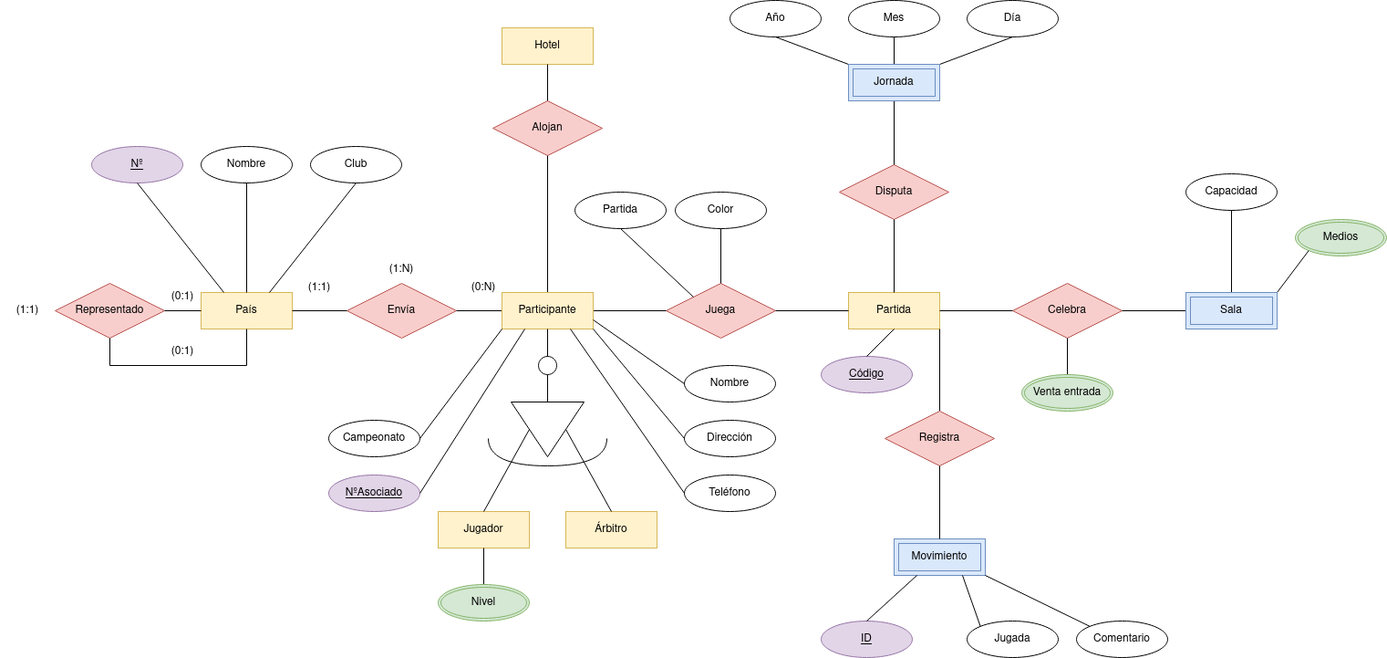
samugd17/base-datos-bae- keeps this draw.io diagram as TAREAS/Tareas clase/E-R/E-R Campeonato del mundo ajedrez.drawio.png. Above is the earlier version. Source tidied: cells renumbered, new cells last; positions are measured from the earlier drawing's top-left corner, leaving out a move shared by most shapes.
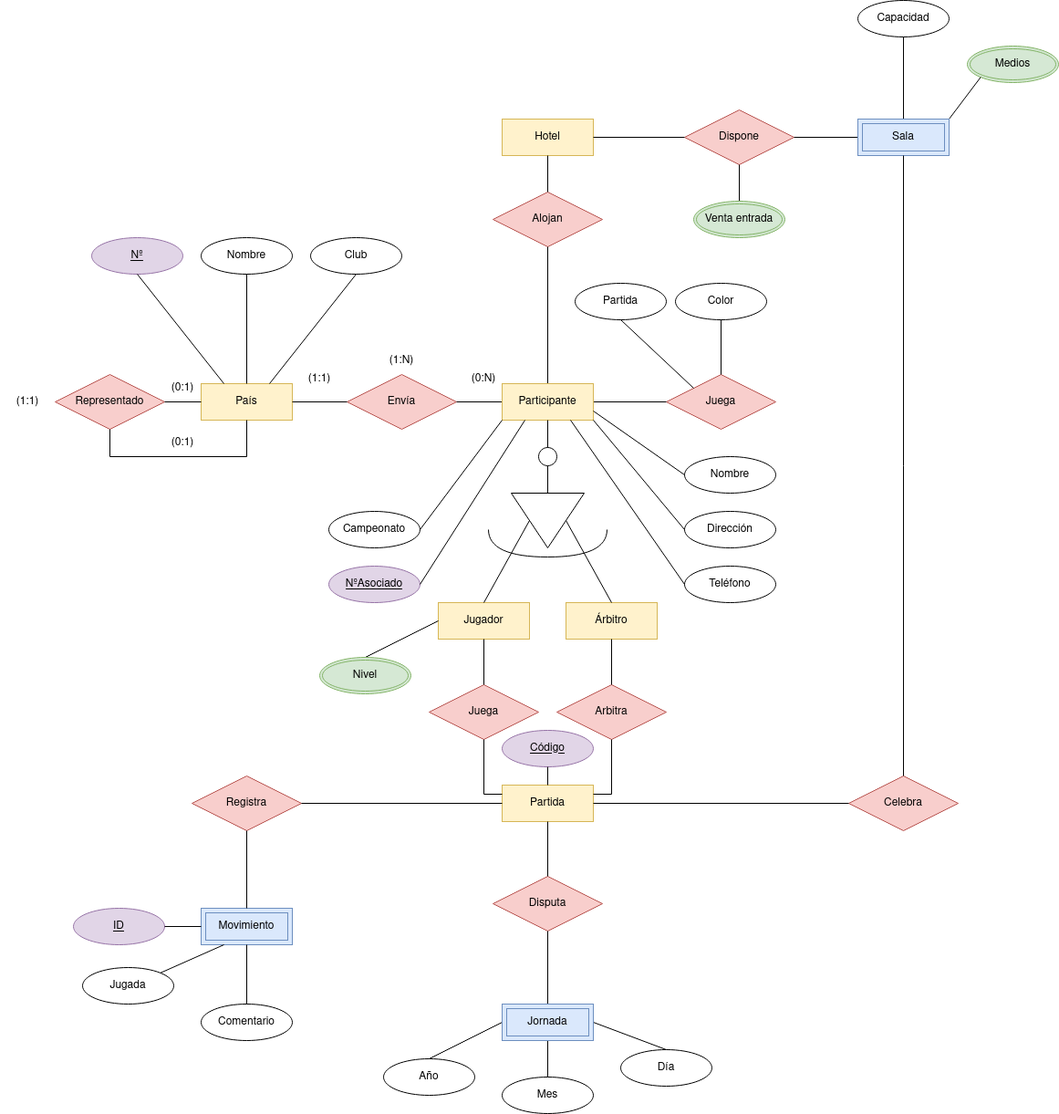
After the change.

The edit, as a diff of the source:
```diff
@@ -12,7 +12,7 @@
       <mxGeometry x="220" y="320" width="100" height="40" as="geometry" />
     </mxCell>
     <mxCell id="5" value="Partida" style="whiteSpace=wrap;html=1;align=center;fillColor=#fff2cc;strokeColor=#d6b656;" parent="1" vertex="1">
-      <mxGeometry x="930" y="320" width="100" height="40" as="geometry" />
+      <mxGeometry x="550" y="760" width="100" height="40" as="geometry" />
     </mxCell>
     <mxCell id="6" value="Hotel" style="whiteSpace=wrap;html=1;align=center;fillColor=#fff2cc;strokeColor=#d6b656;" parent="1" vertex="1">
       <mxGeometry x="550" y="30" width="100" height="40" as="geometry" />
@@ -37,11 +37,11 @@
     <mxCell id="11" value="Alojan" style="shape=rhombus;perimeter=rhombusPerimeter;whiteSpace=wrap;html=1;align=center;fillColor=#f8cecc;strokeColor=#b85450;" parent="1" vertex="1">
       <mxGeometry x="540" y="110" width="120" height="60" as="geometry" />
     </mxCell>
-    <mxCell id="12" value="Celebra" style="shape=rhombus;perimeter=rhombusPerimeter;whiteSpace=wrap;html=1;align=center;fillColor=#f8cecc;strokeColor=#b85450;" parent="1" vertex="1">
-      <mxGeometry x="1110" y="310" width="120" height="60" as="geometry" />
+    <mxCell id="12" value="Dispone" style="shape=rhombus;perimeter=rhombusPerimeter;whiteSpace=wrap;html=1;align=center;fillColor=#f8cecc;strokeColor=#b85450;" parent="1" vertex="1">
+      <mxGeometry x="750" y="20" width="120" height="60" as="geometry" />
     </mxCell>
     <mxCell id="13" value="Disputa" style="shape=rhombus;perimeter=rhombusPerimeter;whiteSpace=wrap;html=1;align=center;fillColor=#f8cecc;strokeColor=#b85450;" parent="1" vertex="1">
-      <mxGeometry x="920" y="180" width="120" height="60" as="geometry" />
+      <mxGeometry x="540" y="860" width="120" height="60" as="geometry" />
     </mxCell>
     <mxCell id="14" value="Juega" style="shape=rhombus;perimeter=rhombusPerimeter;whiteSpace=wrap;html=1;align=center;fillColor=#f8cecc;strokeColor=#b85450;" parent="1" vertex="1">
       <mxGeometry x="730" y="310" width="120" height="60" as="geometry" />
@@ -64,22 +64,15 @@
     <mxCell id="20" style="endArrow=none;html=1;rounded=0;exitX=0;exitY=0.5;exitDx=0;exitDy=0;entryX=1;entryY=0.5;entryDx=0;entryDy=0;" parent="1" edge="1" source="14" target="28">
       <mxGeometry relative="1" as="geometry" />
     </mxCell>
-    <mxCell id="21" style="endArrow=none;html=1;rounded=0;entryX=1;entryY=0.5;entryDx=0;entryDy=0;exitX=0;exitY=0.5;exitDx=0;exitDy=0;" parent="1" edge="1" source="5" target="14">
-      <mxGeometry relative="1" as="geometry" />
-    </mxCell>
-    <mxCell id="22" style="endArrow=none;html=1;rounded=0;entryX=0.5;entryY=0;entryDx=0;entryDy=0;exitX=0.5;exitY=1;exitDx=0;exitDy=0;" parent="1" edge="1" source="13" target="5">
-      <mxGeometry relative="1" as="geometry" />
-    </mxCell>
     <mxCell id="23" style="endArrow=none;html=1;rounded=0;entryX=0;entryY=0.5;entryDx=0;entryDy=0;exitX=1;exitY=0.5;exitDx=0;exitDy=0;" parent="1" edge="1" source="4" target="7">
       <mxGeometry relative="1" as="geometry" />
     </mxCell>
-    <mxCell id="24" style="endArrow=none;html=1;rounded=0;entryX=1;entryY=0.5;entryDx=0;entryDy=0;exitX=0;exitY=0.5;exitDx=0;exitDy=0;" parent="1" edge="1" source="12" target="5">
-      <mxGeometry relative="1" as="geometry" />
-    </mxCell>
-    <mxCell id="25" style="endArrow=none;html=1;rounded=0;exitX=1;exitY=0.5;exitDx=0;exitDy=0;entryX=0;entryY=0.5;entryDx=0;entryDy=0;" parent="1" edge="1" source="12" target="75">
-      <mxGeometry relative="1" as="geometry" />
+    <mxCell id="25" style="endArrow=none;html=1;rounded=0;exitX=1;exitY=0.5;exitDx=0;exitDy=0;entryX=0;entryY=0.5;entryDx=0;entryDy=0;" parent="1" edge="1" source="12">
+      <mxGeometry relative="1" as="geometry">
+        <mxPoint x="940" y="50" as="targetPoint" />
+      </mxGeometry>
     </mxCell>
-    <mxCell id="26" style="endArrow=none;html=1;rounded=0;entryX=0.5;entryY=0;entryDx=0;entryDy=0;exitX=0.5;exitY=1;exitDx=0;exitDy=0;" parent="1" edge="1" source="86" target="13">
+    <mxCell id="26" style="endArrow=none;html=1;rounded=0;entryX=0.5;entryY=1;entryDx=0;entryDy=0;exitX=0.5;exitY=0;exitDx=0;exitDy=0;" parent="1" edge="1" source="86" target="13">
       <mxGeometry relative="1" as="geometry" />
     </mxCell>
     <mxCell id="27" style="shape=requiredInterface;html=1;verticalLabelPosition=bottom;sketch=0;rotation=90;" parent="1" vertex="1">
@@ -112,7 +105,7 @@
     <mxCell id="36" value="NºAsociado" style="ellipse;whiteSpace=wrap;html=1;align=center;fontStyle=4;fillColor=#e1d5e7;strokeColor=#9673a6;" parent="1" vertex="1">
       <mxGeometry x="360" y="520" width="100" height="40" as="geometry" />
     </mxCell>
-    <mxCell id="37" style="endArrow=none;html=1;rounded=0;entryX=0.5;entryY=1;entryDx=0;entryDy=0;exitX=0.5;exitY=0;exitDx=0;exitDy=0;" parent="1" edge="1" source="58" target="2">
+    <mxCell id="37" style="endArrow=none;html=1;rounded=0;entryX=0;entryY=0.5;entryDx=0;entryDy=0;exitX=0.5;exitY=0;exitDx=0;exitDy=0;" parent="1" edge="1" source="58" target="2">
       <mxGeometry relative="1" as="geometry" />
     </mxCell>
     <mxCell id="38" style="endArrow=none;html=1;rounded=0;entryX=1;entryY=0.5;entryDx=0;entryDy=0;exitX=0.25;exitY=1;exitDx=0;exitDy=0;" parent="1" edge="1" source="28" target="36">
@@ -149,9 +142,9 @@
       <mxGeometry relative="1" as="geometry" />
     </mxCell>
     <mxCell id="49" value="Código" style="ellipse;whiteSpace=wrap;html=1;align=center;fontStyle=4;fillColor=#e1d5e7;strokeColor=#9673a6;" parent="1" vertex="1">
-      <mxGeometry x="900" y="390" width="100" height="40" as="geometry" />
+      <mxGeometry x="550" y="700" width="100" height="40" as="geometry" />
     </mxCell>
-    <mxCell id="50" style="endArrow=none;html=1;rounded=0;exitX=0.5;exitY=0;exitDx=0;exitDy=0;entryX=0.5;entryY=1;entryDx=0;entryDy=0;" parent="1" edge="1" source="49" target="5">
+    <mxCell id="50" style="endArrow=none;html=1;rounded=0;entryX=0.5;entryY=0;entryDx=0;entryDy=0;exitX=0.5;exitY=1;exitDx=0;exitDy=0;" parent="1" edge="1" source="49" target="5">
       <mxGeometry relative="1" as="geometry" />
     </mxCell>
     <mxCell id="51" value="Color" style="ellipse;whiteSpace=wrap;html=1;align=center;" parent="1" vertex="1">
@@ -167,28 +160,28 @@
       <mxGeometry relative="1" as="geometry" />
     </mxCell>
     <mxCell id="55" value="Año" style="ellipse;whiteSpace=wrap;html=1;align=center;" parent="1" vertex="1">
-      <mxGeometry x="800" width="100" height="40" as="geometry" />
+      <mxGeometry x="420" y="1060" width="100" height="40" as="geometry" />
     </mxCell>
     <mxCell id="56" value="Mes" style="ellipse;whiteSpace=wrap;html=1;align=center;" parent="1" vertex="1">
-      <mxGeometry x="930" width="100" height="40" as="geometry" />
+      <mxGeometry x="550" y="1080" width="100" height="40" as="geometry" />
     </mxCell>
     <mxCell id="57" value="Día" style="ellipse;whiteSpace=wrap;html=1;align=center;" parent="1" vertex="1">
-      <mxGeometry x="1060" width="100" height="40" as="geometry" />
+      <mxGeometry x="680" y="1050" width="100" height="40" as="geometry" />
     </mxCell>
     <mxCell id="58" value="Nivel" style="ellipse;shape=doubleEllipse;margin=3;whiteSpace=wrap;html=1;align=center;fillColor=#d5e8d4;strokeColor=#82b366;" parent="1" vertex="1">
-      <mxGeometry x="480" y="640" width="100" height="40" as="geometry" />
+      <mxGeometry x="350" y="620" width="100" height="40" as="geometry" />
     </mxCell>
     <mxCell id="59" style="endArrow=none;html=1;rounded=0;entryX=0.5;entryY=1;entryDx=0;entryDy=0;exitX=0.5;exitY=0;exitDx=0;exitDy=0;" parent="1" edge="1" source="60" target="12">
       <mxGeometry relative="1" as="geometry" />
     </mxCell>
     <mxCell id="60" value="Venta entrada" style="ellipse;shape=doubleEllipse;margin=3;whiteSpace=wrap;html=1;align=center;fillColor=#d5e8d4;strokeColor=#82b366;" parent="1" vertex="1">
-      <mxGeometry x="1120" y="410" width="100" height="40" as="geometry" />
+      <mxGeometry x="760" y="120" width="100" height="40" as="geometry" />
     </mxCell>
     <mxCell id="61" value="Medios" style="ellipse;shape=doubleEllipse;margin=3;whiteSpace=wrap;html=1;align=center;fillColor=#d5e8d4;strokeColor=#82b366;" parent="1" vertex="1">
-      <mxGeometry x="1420" y="240" width="100" height="40" as="geometry" />
+      <mxGeometry x="1060" y="-50" width="100" height="40" as="geometry" />
     </mxCell>
     <mxCell id="62" value="Capacidad" style="ellipse;whiteSpace=wrap;html=1;align=center;" parent="1" vertex="1">
-      <mxGeometry x="1300" y="190" width="100" height="40" as="geometry" />
+      <mxGeometry x="940" y="-100" width="100" height="40" as="geometry" />
     </mxCell>
     <mxCell id="63" style="endArrow=none;html=1;rounded=0;entryX=0.5;entryY=1;entryDx=0;entryDy=0;exitX=0.5;exitY=0;exitDx=0;exitDy=0;" parent="1" edge="1" source="75" target="62">
       <mxGeometry relative="1" as="geometry" />
@@ -196,38 +189,35 @@
     <mxCell id="64" style="endArrow=none;html=1;rounded=0;entryX=0;entryY=1;entryDx=0;entryDy=0;exitX=1;exitY=0;exitDx=0;exitDy=0;" parent="1" edge="1" source="75" target="61">
       <mxGeometry relative="1" as="geometry" />
     </mxCell>
-    <mxCell id="65" style="endArrow=none;html=1;rounded=0;exitX=0.5;exitY=0;exitDx=0;exitDy=0;entryX=1;entryY=1;entryDx=0;entryDy=0;" parent="1" edge="1" source="66" target="5">
-      <mxGeometry relative="1" as="geometry" />
-    </mxCell>
     <mxCell id="66" value="Registra" style="shape=rhombus;perimeter=rhombusPerimeter;whiteSpace=wrap;html=1;align=center;fillColor=#f8cecc;strokeColor=#b85450;" parent="1" vertex="1">
-      <mxGeometry x="970" y="450" width="120" height="60" as="geometry" />
+      <mxGeometry x="210" y="750" width="120" height="60" as="geometry" />
     </mxCell>
     <mxCell id="67" value="Movimiento" style="shape=ext;margin=3;double=1;whiteSpace=wrap;html=1;align=center;fillColor=#dae8fc;strokeColor=#6c8ebf;" parent="1" vertex="1">
-      <mxGeometry x="980" y="590" width="100" height="40" as="geometry" />
+      <mxGeometry x="220" y="895" width="100" height="40" as="geometry" />
     </mxCell>
     <mxCell id="68" style="endArrow=none;html=1;rounded=0;exitX=0.5;exitY=0;exitDx=0;exitDy=0;entryX=0.5;entryY=1;entryDx=0;entryDy=0;" parent="1" edge="1" source="67" target="66">
       <mxGeometry relative="1" as="geometry" />
     </mxCell>
     <mxCell id="69" value="ID" style="ellipse;whiteSpace=wrap;html=1;align=center;fontStyle=4;fillColor=#e1d5e7;strokeColor=#9673a6;" parent="1" vertex="1">
-      <mxGeometry x="900" y="680" width="100" height="40" as="geometry" />
+      <mxGeometry x="80" y="895" width="100" height="40" as="geometry" />
     </mxCell>
-    <mxCell id="70" style="endArrow=none;html=1;rounded=0;entryX=0.5;entryY=0;entryDx=0;entryDy=0;exitX=0.25;exitY=1;exitDx=0;exitDy=0;" parent="1" edge="1" source="67" target="69">
+    <mxCell id="70" style="endArrow=none;html=1;rounded=0;entryX=1;entryY=0.5;entryDx=0;entryDy=0;exitX=0;exitY=0.5;exitDx=0;exitDy=0;" parent="1" edge="1" source="67" target="69">
       <mxGeometry relative="1" as="geometry" />
     </mxCell>
     <mxCell id="71" value="Jugada" style="ellipse;whiteSpace=wrap;html=1;align=center;" parent="1" vertex="1">
-      <mxGeometry x="1060" y="680" width="100" height="40" as="geometry" />
+      <mxGeometry x="90" y="960" width="100" height="40" as="geometry" />
     </mxCell>
     <mxCell id="72" value="Comentario" style="ellipse;whiteSpace=wrap;html=1;align=center;" parent="1" vertex="1">
-      <mxGeometry x="1180" y="680" width="100" height="40" as="geometry" />
+      <mxGeometry x="220" y="1000" width="100" height="40" as="geometry" />
     </mxCell>
-    <mxCell id="73" style="endArrow=none;html=1;rounded=0;entryX=0;entryY=0;entryDx=0;entryDy=0;exitX=0.75;exitY=1;exitDx=0;exitDy=0;" parent="1" edge="1" source="67" target="71">
+    <mxCell id="73" style="endArrow=none;html=1;rounded=0;entryX=1;entryY=0;entryDx=0;entryDy=0;exitX=0.25;exitY=1;exitDx=0;exitDy=0;" parent="1" edge="1" source="67" target="71">
       <mxGeometry relative="1" as="geometry" />
     </mxCell>
-    <mxCell id="74" style="endArrow=none;html=1;rounded=0;entryX=0;entryY=0;entryDx=0;entryDy=0;exitX=1;exitY=1;exitDx=0;exitDy=0;" parent="1" edge="1" source="67" target="72">
+    <mxCell id="74" style="endArrow=none;html=1;rounded=0;entryX=0.5;entryY=0;entryDx=0;entryDy=0;exitX=0.5;exitY=1;exitDx=0;exitDy=0;" parent="1" edge="1" source="67" target="72">
       <mxGeometry relative="1" as="geometry" />
     </mxCell>
     <mxCell id="75" value="Sala" style="shape=ext;margin=3;double=1;whiteSpace=wrap;html=1;align=center;fillColor=#dae8fc;strokeColor=#6c8ebf;" parent="1" vertex="1">
-      <mxGeometry x="1300" y="320" width="100" height="40" as="geometry" />
+      <mxGeometry x="940" y="30" width="100" height="40" as="geometry" />
     </mxCell>
     <mxCell id="76" style="endArrow=none;html=1;rounded=0;exitX=1;exitY=0.5;exitDx=0;exitDy=0;entryX=0;entryY=0.5;entryDx=0;entryDy=0;" parent="1" edge="1" source="9" target="4">
       <mxGeometry relative="1" as="geometry" />
@@ -250,17 +240,61 @@
     <mxCell id="82" value="(1:1)" style="text;html=1;strokeColor=none;fillColor=none;align=center;verticalAlign=middle;whiteSpace=wrap;rounded=0;" parent="1" vertex="1">
       <mxGeometry y="325" width="60" height="30" as="geometry" />
     </mxCell>
-    <mxCell id="83" style="endArrow=none;html=1;rounded=0;entryX=0;entryY=0;entryDx=0;entryDy=0;exitX=0.5;exitY=1;exitDx=0;exitDy=0;" parent="1" edge="1" source="55" target="86">
+    <mxCell id="83" style="endArrow=none;html=1;rounded=0;entryX=0;entryY=0.5;entryDx=0;entryDy=0;exitX=0.5;exitY=0;exitDx=0;exitDy=0;" parent="1" edge="1" source="55" target="86">
       <mxGeometry relative="1" as="geometry" />
     </mxCell>
-    <mxCell id="84" style="endArrow=none;html=1;rounded=0;entryX=0.5;entryY=0;entryDx=0;entryDy=0;exitX=0.5;exitY=1;exitDx=0;exitDy=0;" parent="1" edge="1" source="56" target="86">
+    <mxCell id="84" style="endArrow=none;html=1;rounded=0;entryX=0.5;entryY=0;entryDx=0;entryDy=0;exitX=0.5;exitY=0;exitDx=0;exitDy=0;" parent="1" edge="1" source="56" target="86">
       <mxGeometry relative="1" as="geometry" />
     </mxCell>
-    <mxCell id="85" style="endArrow=none;html=1;rounded=0;entryX=1;entryY=0;entryDx=0;entryDy=0;exitX=0.5;exitY=1;exitDx=0;exitDy=0;" parent="1" edge="1" source="57" target="86">
+    <mxCell id="85" style="endArrow=none;html=1;rounded=0;entryX=1;entryY=0.5;entryDx=0;entryDy=0;exitX=0.5;exitY=0;exitDx=0;exitDy=0;" parent="1" edge="1" source="57" target="86">
       <mxGeometry relative="1" as="geometry" />
     </mxCell>
     <mxCell id="86" value="Jornada" style="shape=ext;margin=3;double=1;whiteSpace=wrap;html=1;align=center;fillColor=#dae8fc;strokeColor=#6c8ebf;" parent="1" vertex="1">
-      <mxGeometry x="930" y="70" width="100" height="40" as="geometry" />
+      <mxGeometry x="550" y="1000" width="100" height="40" as="geometry" />
     </mxCell>
+    <mxCell id="87" value="Juega" style="shape=rhombus;perimeter=rhombusPerimeter;whiteSpace=wrap;html=1;align=center;fillColor=#f8cecc;strokeColor=#b85450;" parent="1" vertex="1">
+      <mxGeometry x="470" y="650" width="120" height="60" as="geometry" />
+    </mxCell>
+    <mxCell id="88" value="Arbitra" style="shape=rhombus;perimeter=rhombusPerimeter;whiteSpace=wrap;html=1;align=center;fillColor=#f8cecc;strokeColor=#b85450;" parent="1" vertex="1">
+      <mxGeometry x="610" y="650" width="120" height="60" as="geometry" />
+    </mxCell>
+    <mxCell id="89" style="endArrow=none;html=1;rounded=0;exitX=0.5;exitY=0;exitDx=0;exitDy=0;entryX=0.5;entryY=1;entryDx=0;entryDy=0;" parent="1" edge="1" source="88" target="3">
+      <mxGeometry relative="1" as="geometry" />
+    </mxCell>
+    <mxCell id="90" style="endArrow=none;html=1;rounded=0;exitX=0.5;exitY=0;exitDx=0;exitDy=0;entryX=0.5;entryY=1;entryDx=0;entryDy=0;" parent="1" edge="1" source="87" target="2">
+      <mxGeometry relative="1" as="geometry" />
+    </mxCell>
+    <mxCell id="91" style="endArrow=none;html=1;rounded=0;entryX=0.5;entryY=1;entryDx=0;entryDy=0;exitX=1;exitY=0.25;exitDx=0;exitDy=0;" parent="1" edge="1" source="5" target="88">
+      <mxGeometry relative="1" as="geometry">
+        <Array as="points">
+          <mxPoint x="670" y="770" />
+        </Array>
+      </mxGeometry>
+    </mxCell>
+    <mxCell id="92" style="endArrow=none;html=1;rounded=0;entryX=0.5;entryY=1;entryDx=0;entryDy=0;exitX=0;exitY=0.25;exitDx=0;exitDy=0;" parent="1" edge="1" source="5" target="87">
+      <mxGeometry relative="1" as="geometry">
+        <Array as="points">
+          <mxPoint x="530" y="770" />
+        </Array>
+      </mxGeometry>
+    </mxCell>
+    <mxCell id="93" style="endArrow=none;html=1;rounded=0;exitX=1;exitY=0.5;exitDx=0;exitDy=0;entryX=0;entryY=0.5;entryDx=0;entryDy=0;" parent="1" edge="1" source="6" target="12">
+      <mxGeometry relative="1" as="geometry" />
+    </mxCell>
+    <mxCell id="22" style="endArrow=none;html=1;rounded=0;exitX=0.5;exitY=0;exitDx=0;exitDy=0;entryX=0.5;entryY=1;entryDx=0;entryDy=0;" parent="1" edge="1" source="13" target="5">
+      <mxGeometry relative="1" as="geometry" />
+    </mxCell>
+    <mxCell id="94" value="Celebra" style="shape=rhombus;perimeter=rhombusPerimeter;whiteSpace=wrap;html=1;align=center;fillColor=#f8cecc;strokeColor=#b85450;" parent="1" vertex="1">
+      <mxGeometry x="930" y="750" width="120" height="60" as="geometry" />
+    </mxCell>
+    <mxCell id="95" style="endArrow=none;html=1;rounded=0;exitX=0;exitY=0.5;exitDx=0;exitDy=0;entryX=1;entryY=0.5;entryDx=0;entryDy=0;" parent="1" edge="1" source="94" target="5">
+      <mxGeometry relative="1" as="geometry" />
+    </mxCell>
+    <mxCell id="96" style="endArrow=none;html=1;rounded=0;exitX=0.5;exitY=0;exitDx=0;exitDy=0;entryX=0.5;entryY=1;entryDx=0;entryDy=0;" parent="1" edge="1" source="94" target="75">
+      <mxGeometry relative="1" as="geometry" />
+    </mxCell>
+    <mxCell id="97" style="endArrow=none;html=1;rounded=0;entryX=1;entryY=0.5;entryDx=0;entryDy=0;exitX=0;exitY=0.5;exitDx=0;exitDy=0;" parent="1" edge="1" source="5" target="66">
+      <mxGeometry relative="1" as="geometry" />
+    </mxCell>
   </root>
 </mxGraphModel>
```
